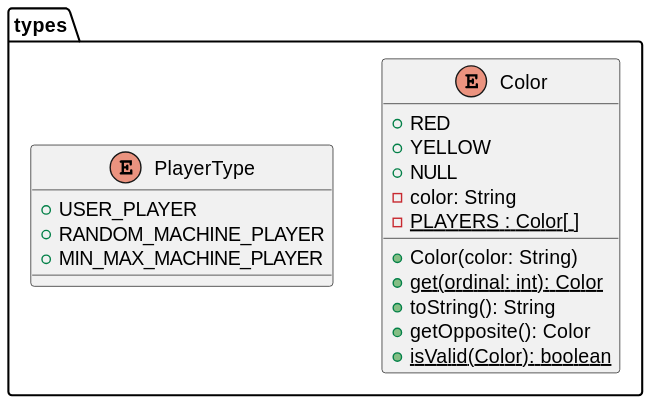
Before: out/connect4/Docs/diagrams/src/packages/connect4.connect4.types/connect4.connect4.types.svg, a diagram exported from PlantUML (js-rom/connect4).
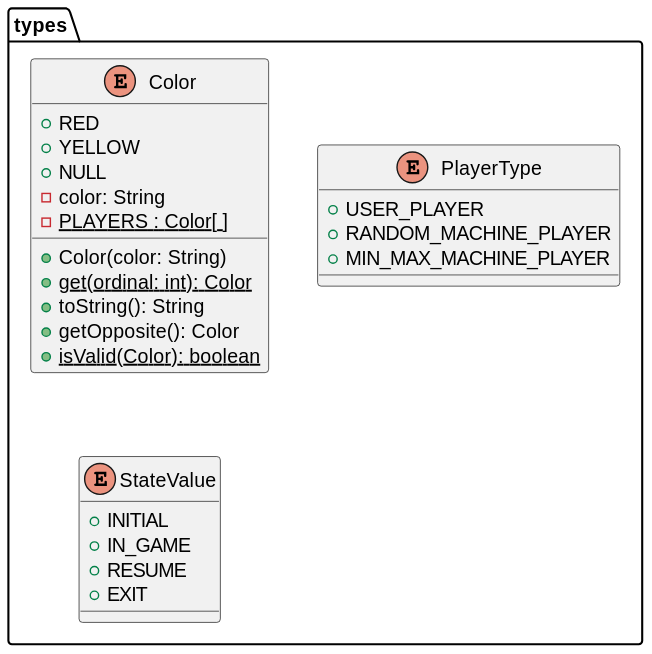
Above is the later version.

What changed in the source:
```diff
@@ -1,6 +1,12 @@
 @startuml
 enum types.Color
 enum types.PlayerType
+enum types.StateValue {
+    +INITIAL
+    +IN_GAME
+    +RESUME
+    +EXIT
+}
 
 Color : +RED
 Color : +YELLOW
```
